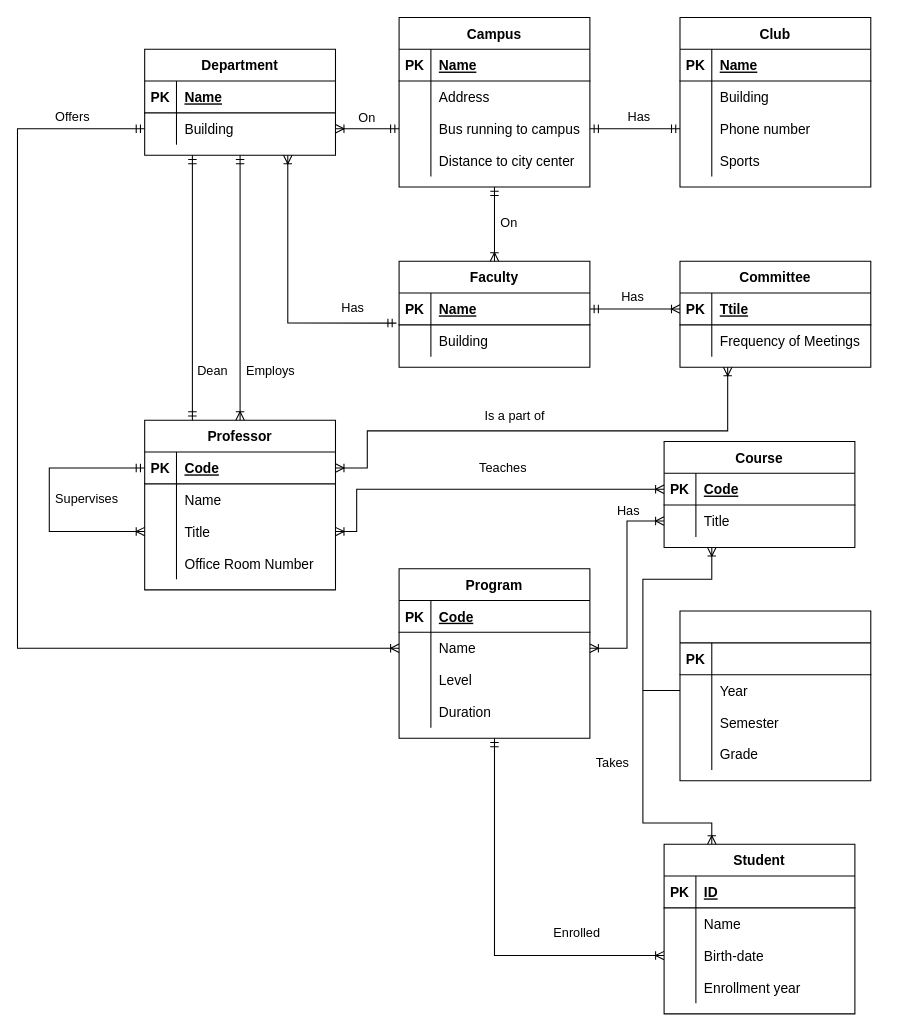
Before: page "ERD" (2 of 2) of Untitled Diagram.drawio in theshaydays/BT2102-Assignments, a draw.io diagram. Source tidied: cells renumbered, new cells numbered last; positions are measured from the earlier drawing's top-left corner, leaving out a move shared by most shapes. Both pictures are drawn from the tidied source at 106%, with x=0, y=0 at pixel (17, 17).
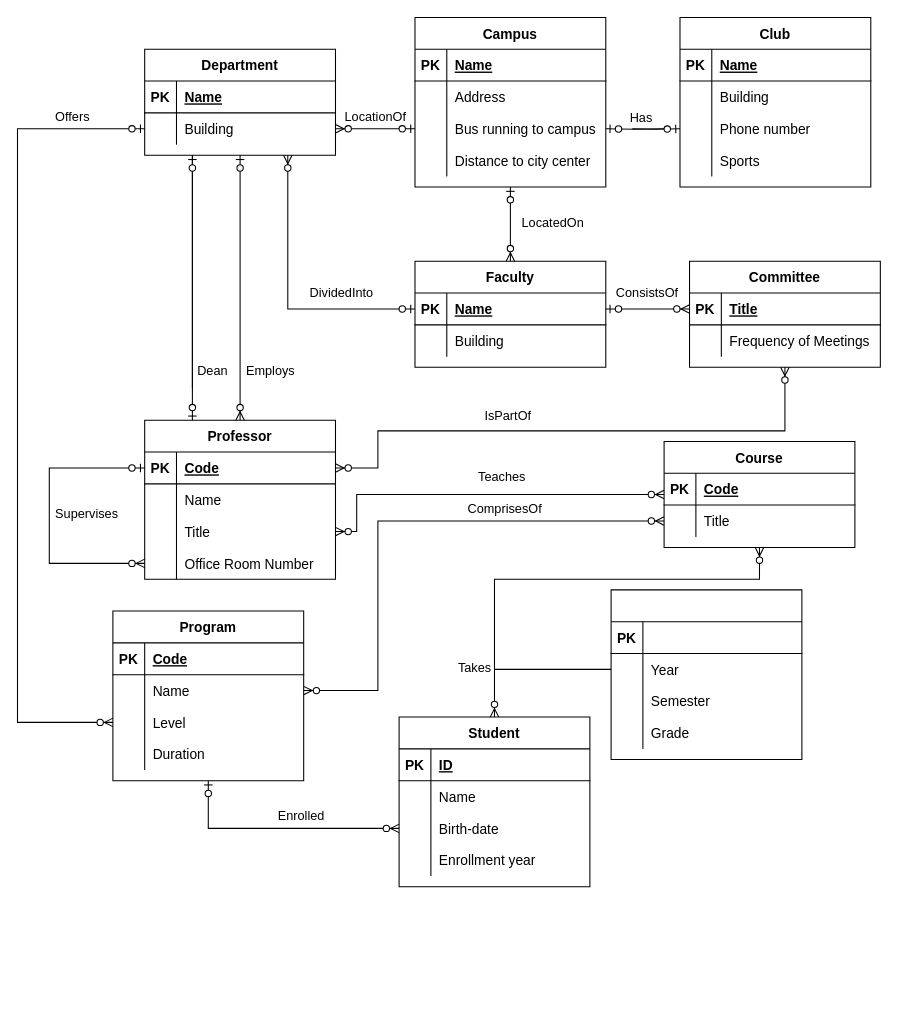
Above is the later version.

Unchanged cells that the change refers to:
```xml
<mxCell id="9" style="shape=tableRow;horizontal=0;startSize=0;swimlaneHead=0;swimlaneBody=0;fillColor=none;points=[[0,0.5],[1,0.5]];portConstraint=eastwest;top=0;left=0;right=0;bottom=0;fontSize=13;" parent="2" vertex="1">
  <mxGeometry y="90" width="180" height="30" as="geometry" />
</mxCell>
<mxCell id="22" style="shape=tableRow;horizontal=0;startSize=0;swimlaneHead=0;swimlaneBody=0;fillColor=none;points=[[0,0.5],[1,0.5]];portConstraint=eastwest;top=0;left=0;right=0;bottom=0;fontSize=13;" parent="15" vertex="1">
  <mxGeometry y="90" width="180" height="30" as="geometry" />
</mxCell>
<mxCell id="29" style="shape=tableRow;horizontal=0;startSize=0;swimlaneHead=0;swimlaneBody=0;fillColor=none;points=[[0,0.5],[1,0.5]];portConstraint=eastwest;top=0;left=0;right=0;bottom=1;fontSize=13;" parent="28" vertex="1">
  <mxGeometry y="30" width="180" height="30" as="geometry" />
</mxCell>
<mxCell id="35" value="Department" style="shape=table;startSize=30;childLayout=tableLayout;rowLines=0;fontStyle=1;align=center;fontSize=13;" parent="1" vertex="1">
  <mxGeometry x="120" y="30" width="180" height="100" as="geometry" />
</mxCell>
<mxCell id="39" style="shape=tableRow;horizontal=0;startSize=0;swimlaneHead=0;swimlaneBody=0;fillColor=none;points=[[0,0.5],[1,0.5]];portConstraint=eastwest;top=0;left=0;right=0;bottom=0;fontSize=13;" parent="35" vertex="1">
  <mxGeometry y="60" width="180" height="30" as="geometry" />
</mxCell>
<mxCell id="47" style="shape=tableRow;horizontal=0;startSize=0;swimlaneHead=0;swimlaneBody=0;fillColor=none;points=[[0,0.5],[1,0.5]];portConstraint=eastwest;top=0;left=0;right=0;bottom=0;fontSize=13;" parent="43" vertex="1">
  <mxGeometry y="60" width="180" height="30" as="geometry" />
</mxCell>
<mxCell id="50" style="shape=tableRow;horizontal=0;startSize=0;swimlaneHead=0;swimlaneBody=0;fillColor=none;points=[[0,0.5],[1,0.5]];portConstraint=eastwest;top=0;left=0;right=0;bottom=0;fontSize=13;" parent="43" vertex="1">
  <mxGeometry y="90" width="180" height="30" as="geometry" />
</mxCell>
<mxCell id="56" value="Course" style="shape=table;startSize=30;childLayout=tableLayout;rowLines=0;fontStyle=1;align=center;fontSize=13;" parent="1" vertex="1">
  <mxGeometry x="610" y="400" width="180" height="100" as="geometry" />
</mxCell>
<mxCell id="57" style="shape=tableRow;horizontal=0;startSize=0;swimlaneHead=0;swimlaneBody=0;fillColor=none;points=[[0,0.5],[1,0.5]];portConstraint=eastwest;top=0;left=0;right=0;bottom=1;fontSize=13;" parent="56" vertex="1">
  <mxGeometry y="30" width="180" height="30" as="geometry" />
</mxCell>
<mxCell id="60" style="shape=tableRow;horizontal=0;startSize=0;swimlaneHead=0;swimlaneBody=0;fillColor=none;points=[[0,0.5],[1,0.5]];portConstraint=eastwest;top=0;left=0;right=0;bottom=0;fontSize=13;" parent="56" vertex="1">
  <mxGeometry y="60" width="180" height="30" as="geometry" />
</mxCell>
<mxCell id="70" style="shape=tableRow;horizontal=0;startSize=0;swimlaneHead=0;swimlaneBody=0;fillColor=none;points=[[0,0.5],[1,0.5]];portConstraint=eastwest;top=0;left=0;right=0;bottom=0;fontSize=13;" parent="63" vertex="1">
  <mxGeometry y="90" width="180" height="30" as="geometry" />
</mxCell>
<mxCell id="77" style="shape=tableRow;horizontal=0;startSize=0;swimlaneHead=0;swimlaneBody=0;fillColor=none;points=[[0,0.5],[1,0.5]];portConstraint=eastwest;top=0;left=0;right=0;bottom=1;fontSize=13;" parent="76" vertex="1">
  <mxGeometry y="30" width="180" height="30" as="geometry" />
</mxCell>
<mxCell id="83" style="shape=tableRow;horizontal=0;startSize=0;swimlaneHead=0;swimlaneBody=0;fillColor=none;points=[[0,0.5],[1,0.5]];portConstraint=eastwest;top=0;left=0;right=0;bottom=0;fontSize=13;" parent="76" vertex="1">
  <mxGeometry y="90" width="180" height="30" as="geometry" />
</mxCell>
<mxCell id="86" style="shape=tableRow;horizontal=0;startSize=0;swimlaneHead=0;swimlaneBody=0;fillColor=none;points=[[0,0.5],[1,0.5]];portConstraint=eastwest;top=0;left=0;right=0;bottom=0;fontSize=13;" parent="76" vertex="1">
  <mxGeometry y="120" width="180" height="30" as="geometry" />
</mxCell>
<mxCell id="91" style="shape=tableRow;horizontal=0;startSize=0;swimlaneHead=0;swimlaneBody=0;fillColor=none;points=[[0,0.5],[1,0.5]];portConstraint=eastwest;top=0;left=0;right=0;bottom=1;fontSize=13;" parent="90" vertex="1">
  <mxGeometry y="30" width="180" height="30" as="geometry" />
</mxCell>
<mxCell id="120" style="shape=tableRow;horizontal=0;startSize=0;swimlaneHead=0;swimlaneBody=0;fillColor=none;points=[[0,0.5],[1,0.5]];portConstraint=eastwest;top=0;left=0;right=0;bottom=0;fontSize=13;" parent="116" vertex="1">
  <mxGeometry y="60" width="180" height="30" as="geometry" />
</mxCell>
```

What changed in the source:
```diff
@@
+    <mxCell id="113" style="edgeStyle=orthogonalEdgeStyle;fontSize=12;html=1;endArrow=ERzeroToMany;startArrow=ERzeroToOne;rounded=0;exitX=0.5;exitY=1;exitDx=0;exitDy=0;entryX=0;entryY=0.5;entryDx=0;entryDy=0;" parent="1" edge="1" source="43" target="70">
+      <mxGeometry relative="1" as="geometry" />
+    </mxCell>
     <mxCell id="2" value="Campus" style="shape=table;startSize=30;childLayout=tableLayout;rowLines=0;fontStyle=1;align=center;fontSize=13;" parent="1" vertex="1">
-      <mxGeometry x="360" width="180" height="160" as="geometry" />
+      <mxGeometry x="375" width="180" height="160" as="geometry" />
     </mxCell>
@@
     <mxCell id="28" value="Faculty" style="shape=table;startSize=30;childLayout=tableLayout;rowLines=0;fontStyle=1;align=center;fontSize=13;" parent="1" vertex="1">
-      <mxGeometry x="360" y="230" width="180" height="100" as="geometry" />
+      <mxGeometry x="375" y="230" width="180" height="100" as="geometry" />
     </mxCell>
@@
     <mxCell id="43" value="Program" style="shape=table;startSize=30;childLayout=tableLayout;rowLines=0;fontStyle=1;align=center;fontSize=13;" parent="1" vertex="1">
-      <mxGeometry x="360" y="520" width="180" height="160" as="geometry" />
+      <mxGeometry x="90" y="560" width="180" height="160" as="geometry" />
     </mxCell>
@@
     <mxCell id="63" value="Student" style="shape=table;startSize=30;childLayout=tableLayout;rowLines=0;fontStyle=1;align=center;fontSize=13;" parent="1" vertex="1">
-      <mxGeometry x="610" y="780" width="180" height="160" as="geometry" />
+      <mxGeometry x="360" y="660" width="180" height="160" as="geometry" />
     </mxCell>
@@
     <mxCell id="76" value="Professor" style="shape=table;startSize=30;childLayout=tableLayout;rowLines=0;fontStyle=1;align=center;fontSize=13;" parent="1" vertex="1">
-      <mxGeometry x="120" y="380" width="180" height="160" as="geometry" />
+      <mxGeometry x="120" y="380" width="180" height="150" as="geometry" />
     </mxCell>
@@
-    <mxCell id="89" style="fontSize=12;html=1;endArrow=ERoneToMany;startArrow=ERmandOne;rounded=0;entryX=0;entryY=0.5;entryDx=0;entryDy=0;exitX=0;exitY=0.5;exitDx=0;exitDy=0;edgeStyle=orthogonalEdgeStyle;" parent="76" edge="1" source="77" target="83">
-      <mxGeometry relative="1" as="geometry">
-        <Array as="points">
-          <mxPoint x="-90" y="45" />
-          <mxPoint x="-90" y="105" />
-        </Array>
-      </mxGeometry>
-    </mxCell>
+    <mxCell id="138" style="edgeStyle=orthogonalEdgeStyle;fontSize=12;html=1;endArrow=ERzeroToMany;startArrow=ERzeroToOne;rounded=0;exitX=0;exitY=0.5;exitDx=0;exitDy=0;entryX=0;entryY=0.5;entryDx=0;entryDy=0;" parent="76" edge="1" source="77" target="86">
+      <mxGeometry relative="1" as="geometry">
+        <Array as="points">
+          <mxPoint x="-90" y="45" />
+          <mxPoint x="-90" y="135" />
+        </Array>
+      </mxGeometry>
+    </mxCell>
     <mxCell id="90" value="Committee" style="shape=table;startSize=30;childLayout=tableLayout;rowLines=0;fontStyle=1;align=center;fontSize=13;" parent="1" vertex="1">
-      <mxGeometry x="625" y="230" width="180" height="100" as="geometry" />
+      <mxGeometry x="634" y="230" width="180" height="100" as="geometry" />
     </mxCell>
@@
-    <mxCell id="93" value="Ttile" style="shape=partialRectangle;fillColor=none;top=0;left=0;bottom=0;right=0;align=left;spacingLeft=6;fontStyle=5;overflow=hidden;fontSize=13;" parent="91" vertex="1">
+    <mxCell id="93" value="Title" style="shape=partialRectangle;fillColor=none;top=0;left=0;bottom=0;right=0;align=left;spacingLeft=6;fontStyle=5;overflow=hidden;fontSize=13;" parent="91" vertex="1">
       <mxGeometry x="30" width="150" height="30" as="geometry" />
     </mxCell>
@@
-    <mxCell id="97" style="edgeStyle=orthogonalEdgeStyle;fontSize=12;html=1;endArrow=ERmandOne;startArrow=ERmandOne;rounded=0;entryX=0;entryY=0.5;entryDx=0;entryDy=0;exitX=1;exitY=0.5;exitDx=0;exitDy=0;" parent="1" edge="1" source="9" target="22">
-      <mxGeometry relative="1" as="geometry" />
-    </mxCell>
     <mxCell id="98" value="Has" style="text;strokeColor=none;fillColor=none;spacingLeft=4;spacingRight=4;overflow=hidden;fontSize=12;" parent="1" vertex="1">
-      <mxGeometry x="570" y="80" width="40" height="30" as="geometry" />
+      <mxGeometry x="572" y="81" width="40" height="30" as="geometry" />
     </mxCell>
-    <mxCell id="99" value="On" style="text;strokeColor=none;fillColor=none;spacingLeft=4;spacingRight=4;overflow=hidden;fontSize=12;" parent="1" vertex="1">
-      <mxGeometry x="450" y="180" width="40" height="30" as="geometry" />
+    <mxCell id="99" value="LocatedOn" style="text;strokeColor=none;fillColor=none;spacingLeft=4;spacingRight=4;overflow=hidden;fontSize=12;" parent="1" vertex="1">
+      <mxGeometry x="470" y="180" width="80" height="30" as="geometry" />
     </mxCell>
-    <mxCell id="100" style="fontSize=12;html=1;endArrow=ERoneToMany;startArrow=ERmandOne;rounded=0;entryX=0.5;entryY=0;entryDx=0;entryDy=0;exitX=0.5;exitY=1;exitDx=0;exitDy=0;" parent="1" edge="1" source="2" target="28">
-      <mxGeometry relative="1" as="geometry" />
-    </mxCell>
-    <mxCell id="101" style="fontSize=12;html=1;endArrow=ERoneToMany;startArrow=ERmandOne;rounded=0;entryX=0.75;entryY=1;entryDx=0;entryDy=0;exitX=-0.014;exitY=0.944;exitDx=0;exitDy=0;exitPerimeter=0;edgeStyle=orthogonalEdgeStyle;" parent="1" edge="1" source="29" target="35">
-      <mxGeometry relative="1" as="geometry" />
-    </mxCell>
-    <mxCell id="102" value="Has" style="text;strokeColor=none;fillColor=none;spacingLeft=4;spacingRight=4;overflow=hidden;fontSize=12;" parent="1" vertex="1">
-      <mxGeometry x="300" y="260" width="40" height="30" as="geometry" />
+    <mxCell id="102" value="DividedInto" style="text;strokeColor=none;fillColor=none;spacingLeft=4;spacingRight=4;overflow=hidden;fontSize=12;" parent="1" vertex="1">
+      <mxGeometry x="270" y="246" width="80" height="30" as="geometry" />
     </mxCell>
-    <mxCell id="103" style="fontSize=12;html=1;endArrow=ERoneToMany;startArrow=ERmandOne;rounded=0;entryX=1;entryY=0.5;entryDx=0;entryDy=0;exitX=0;exitY=0.5;exitDx=0;exitDy=0;edgeStyle=orthogonalEdgeStyle;" parent="1" edge="1" source="9" target="39">
-      <mxGeometry relative="1" as="geometry" />
-    </mxCell>
-    <mxCell id="104" value="On" style="text;strokeColor=none;fillColor=none;spacingLeft=4;spacingRight=4;overflow=hidden;fontSize=12;" parent="1" vertex="1">
-      <mxGeometry x="316" y="81" width="40" height="30" as="geometry" />
+    <mxCell id="104" value="LocationOf" style="text;strokeColor=none;fillColor=none;spacingLeft=4;spacingRight=4;overflow=hidden;fontSize=12;" parent="1" vertex="1">
+      <mxGeometry x="303" y="80" width="70" height="30" as="geometry" />
     </mxCell>
-    <mxCell id="105" style="edgeStyle=orthogonalEdgeStyle;fontSize=12;html=1;endArrow=ERmandOne;startArrow=ERmandOne;rounded=0;entryX=0.25;entryY=0;entryDx=0;entryDy=0;exitX=0.25;exitY=1;exitDx=0;exitDy=0;" parent="1" edge="1" source="35" target="76">
-      <mxGeometry relative="1" as="geometry" />
-    </mxCell>
@@
-    <mxCell id="107" style="fontSize=12;html=1;endArrow=ERoneToMany;startArrow=ERmandOne;rounded=0;entryX=0.5;entryY=0;entryDx=0;entryDy=0;exitX=0.5;exitY=1;exitDx=0;exitDy=0;edgeStyle=orthogonalEdgeStyle;" parent="1" edge="1" source="35" target="76">
-      <mxGeometry relative="1" as="geometry" />
-    </mxCell>
@@
-    <mxCell id="109" style="fontSize=12;html=1;endArrow=ERoneToMany;startArrow=ERmandOne;rounded=0;exitX=0;exitY=0.5;exitDx=0;exitDy=0;edgeStyle=orthogonalEdgeStyle;entryX=0;entryY=0.5;entryDx=0;entryDy=0;" parent="1" edge="1" source="39" target="47">
-      <mxGeometry relative="1" as="geometry">
-        <Array as="points">
-          <mxPoint y="105" />
-          <mxPoint y="595" />
-        </Array>
-      </mxGeometry>
-    </mxCell>
@@
-    <mxCell id="111" style="edgeStyle=orthogonalEdgeStyle;fontSize=12;html=1;endArrow=ERoneToMany;startArrow=ERoneToMany;rounded=0;entryX=0;entryY=0.5;entryDx=0;entryDy=0;exitX=1;exitY=0.5;exitDx=0;exitDy=0;" parent="1" edge="1" source="47" target="60">
-      <mxGeometry relative="1" as="geometry" />
-    </mxCell>
-    <mxCell id="112" value="Has" style="text;strokeColor=none;fillColor=none;spacingLeft=4;spacingRight=4;overflow=hidden;fontSize=12;" parent="1" vertex="1">
-      <mxGeometry x="560" y="452" width="40" height="30" as="geometry" />
+    <mxCell id="112" value="ComprisesOf" style="text;strokeColor=none;fillColor=none;spacingLeft=4;spacingRight=4;overflow=hidden;fontSize=12;" parent="1" vertex="1">
+      <mxGeometry x="419" y="450" width="90" height="30" as="geometry" />
     </mxCell>
-    <mxCell id="113" style="fontSize=12;html=1;endArrow=ERoneToMany;startArrow=ERmandOne;rounded=0;exitX=0.5;exitY=1;exitDx=0;exitDy=0;edgeStyle=orthogonalEdgeStyle;entryX=0;entryY=0.5;entryDx=0;entryDy=0;" parent="1" edge="1" source="43" target="70">
-      <mxGeometry relative="1" as="geometry">
-        <Array as="points">
-          <mxPoint x="450" y="885" />
-        </Array>
-      </mxGeometry>
-    </mxCell>
     <mxCell id="114" value="Enrolled" style="text;strokeColor=none;fillColor=none;spacingLeft=4;spacingRight=4;overflow=hidden;fontSize=12;" parent="1" vertex="1">
-      <mxGeometry x="500" y="850" width="60" height="30" as="geometry" />
+      <mxGeometry x="240" y="740" width="60" height="30" as="geometry" />
     </mxCell>
-    <mxCell id="115" style="fontSize=12;html=1;endArrow=ERoneToMany;startArrow=ERoneToMany;rounded=0;entryX=0.25;entryY=1;entryDx=0;entryDy=0;exitX=0.25;exitY=0;exitDx=0;exitDy=0;edgeStyle=orthogonalEdgeStyle;" parent="1" edge="1" source="63" target="56">
-      <mxGeometry relative="1" as="geometry">
-        <Array as="points">
-          <mxPoint x="655" y="760" />
-          <mxPoint x="590" y="760" />
-          <mxPoint x="590" y="530" />
-          <mxPoint x="655" y="530" />
-        </Array>
-      </mxGeometry>
-    </mxCell>
     <mxCell id="116" style="shape=table;startSize=30;childLayout=tableLayout;rowLines=0;fontStyle=1;align=center;fontSize=13;" parent="1" vertex="1">
-      <mxGeometry x="625" y="560" width="180" height="160" as="geometry" />
+      <mxGeometry x="560" y="540" width="180" height="160" as="geometry" />
     </mxCell>
@@
     <mxCell id="129" style="endArrow=none;html=1;rounded=0;fontSize=13;entryX=0;entryY=0.5;entryDx=0;entryDy=0;" parent="1" edge="1" target="120">
       <mxGeometry relative="1" as="geometry">
-        <mxPoint x="590" y="635" as="sourcePoint" />
+        <mxPoint x="450" y="615" as="sourcePoint" />
       </mxGeometry>
     </mxCell>
     <mxCell id="130" value="Takes" style="text;strokeColor=none;fillColor=none;spacingLeft=4;spacingRight=4;overflow=hidden;fontSize=12;" parent="1" vertex="1">
-      <mxGeometry x="540" y="690" width="50" height="30" as="geometry" />
+      <mxGeometry x="410" y="600" width="50" height="30" as="geometry" />
     </mxCell>
-    <mxCell id="131" style="edgeStyle=orthogonalEdgeStyle;fontSize=12;html=1;endArrow=ERoneToMany;startArrow=ERoneToMany;rounded=0;entryX=0;entryY=0.5;entryDx=0;entryDy=0;exitX=1;exitY=0.5;exitDx=0;exitDy=0;" parent="1" edge="1" source="83" target="57">
-      <mxGeometry relative="1" as="geometry">
-        <Array as="points">
-          <mxPoint x="320" y="485" />
-          <mxPoint x="320" y="445" />
-        </Array>
-      </mxGeometry>
-    </mxCell>
     <mxCell id="132" value="Teaches" style="text;strokeColor=none;fillColor=none;spacingLeft=4;spacingRight=4;overflow=hidden;fontSize=12;" parent="1" vertex="1">
-      <mxGeometry x="430" y="411" width="70" height="30" as="geometry" />
+      <mxGeometry x="429" y="420" width="70" height="30" as="geometry" />
     </mxCell>
     <mxCell id="133" value="Supervises" style="text;strokeColor=none;fillColor=none;spacingLeft=4;spacingRight=4;overflow=hidden;fontSize=12;" parent="1" vertex="1">
-      <mxGeometry x="30" y="441" width="80" height="30" as="geometry" />
+      <mxGeometry x="30" y="455" width="80" height="30" as="geometry" />
     </mxCell>
+    <mxCell id="135" value="IsPartOf" style="text;strokeColor=none;fillColor=none;spacingLeft=4;spacingRight=4;overflow=hidden;fontSize=12;" parent="1" vertex="1">
+      <mxGeometry x="435" y="362" width="70" height="30" as="geometry" />
+    </mxCell>
+    <mxCell id="137" value="ConsistsOf" style="text;strokeColor=none;fillColor=none;spacingLeft=4;spacingRight=4;overflow=hidden;fontSize=12;" parent="1" vertex="1">
+      <mxGeometry x="559" y="246" width="80" height="30" as="geometry" />
+    </mxCell>
+    <mxCell id="139" style="edgeStyle=orthogonalEdgeStyle;fontSize=12;html=1;endArrow=ERzeroToMany;startArrow=ERzeroToOne;rounded=0;exitX=0;exitY=0.5;exitDx=0;exitDy=0;entryX=0;entryY=0.5;entryDx=0;entryDy=0;" parent="1" edge="1" source="39" target="50">
+      <mxGeometry relative="1" as="geometry">
+        <Array as="points">
+          <mxPoint y="105" />
+          <mxPoint y="665" />
+        </Array>
+      </mxGeometry>
+    </mxCell>
-    <mxCell id="134" style="edgeStyle=orthogonalEdgeStyle;fontSize=12;html=1;endArrow=ERoneToMany;startArrow=ERoneToMany;rounded=0;entryX=0.25;entryY=1;entryDx=0;entryDy=0;exitX=1;exitY=0.5;exitDx=0;exitDy=0;" parent="1" edge="1" source="77" target="90">
+    <mxCell id="134" style="edgeStyle=orthogonalEdgeStyle;fontSize=12;html=1;endArrow=ERzeroToMany;endFill=1;startArrow=ERzeroToMany;rounded=0;entryX=0.5;entryY=1;entryDx=0;entryDy=0;exitX=1;exitY=0.5;exitDx=0;exitDy=0;" parent="1" edge="1" source="77" target="90">
       <mxGeometry relative="1" as="geometry">
         <Array as="points">
-          <mxPoint x="330" y="425" />
-          <mxPoint x="330" y="390" />
-          <mxPoint x="670" y="390" />
+          <mxPoint x="340" y="425" />
+          <mxPoint x="340" y="390" />
+          <mxPoint x="724" y="390" />
         </Array>
       </mxGeometry>
     </mxCell>
-    <mxCell id="135" value="Is a part of" style="text;strokeColor=none;fillColor=none;spacingLeft=4;spacingRight=4;overflow=hidden;fontSize=12;" parent="1" vertex="1">
-      <mxGeometry x="435" y="362" width="70" height="30" as="geometry" />
-    </mxCell>
+    <mxCell id="140" style="edgeStyle=orthogonalEdgeStyle;fontSize=12;html=1;endArrow=ERzeroToMany;endFill=1;startArrow=ERzeroToMany;rounded=0;entryX=0;entryY=0.5;entryDx=0;entryDy=0;exitX=1;exitY=0.5;exitDx=0;exitDy=0;" parent="1" edge="1" source="83" target="56">
+      <mxGeometry relative="1" as="geometry">
+        <Array as="points">
+          <mxPoint x="320" y="485" />
+          <mxPoint x="320" y="450" />
+        </Array>
+      </mxGeometry>
+    </mxCell>
+    <mxCell id="111" style="edgeStyle=orthogonalEdgeStyle;fontSize=12;html=1;endArrow=ERzeroToMany;endFill=1;startArrow=ERzeroToMany;rounded=0;entryX=0;entryY=0.5;entryDx=0;entryDy=0;exitX=1;exitY=0.5;exitDx=0;exitDy=0;" parent="1" edge="1" source="47" target="60">
+      <mxGeometry relative="1" as="geometry">
+        <Array as="points">
+          <mxPoint x="340" y="635" />
+          <mxPoint x="340" y="475" />
+        </Array>
+      </mxGeometry>
+    </mxCell>
+    <mxCell id="115" style="edgeStyle=orthogonalEdgeStyle;fontSize=12;html=1;endArrow=ERzeroToMany;endFill=1;startArrow=ERzeroToMany;rounded=0;exitX=0.5;exitY=0;exitDx=0;exitDy=0;entryX=0.5;entryY=1;entryDx=0;entryDy=0;" parent="1" edge="1" source="63" target="56">
+      <mxGeometry relative="1" as="geometry">
+        <Array as="points">
+          <mxPoint x="450" y="530" />
+          <mxPoint x="700" y="530" />
+        </Array>
+      </mxGeometry>
+    </mxCell>
+    <mxCell id="141" style="edgeStyle=orthogonalEdgeStyle;fontSize=12;html=1;endArrow=ERzeroToMany;startArrow=ERzeroToOne;rounded=0;exitX=0.5;exitY=1;exitDx=0;exitDy=0;entryX=0.5;entryY=0;entryDx=0;entryDy=0;" parent="1" edge="1" source="35" target="76">
+      <mxGeometry relative="1" as="geometry" />
+    </mxCell>
+    <mxCell id="101" style="edgeStyle=orthogonalEdgeStyle;fontSize=12;html=1;endArrow=ERzeroToMany;startArrow=ERzeroToOne;rounded=0;exitX=0;exitY=0.5;exitDx=0;exitDy=0;entryX=0.75;entryY=1;entryDx=0;entryDy=0;" parent="1" edge="1" source="29" target="35">
+      <mxGeometry relative="1" as="geometry" />
+    </mxCell>
-    <mxCell id="136" style="fontSize=12;html=1;endArrow=ERoneToMany;startArrow=ERmandOne;rounded=0;entryX=0;entryY=0.5;entryDx=0;entryDy=0;exitX=1;exitY=0.5;exitDx=0;exitDy=0;edgeStyle=orthogonalEdgeStyle;" parent="1" edge="1" source="29" target="91">
+    <mxCell id="136" style="edgeStyle=orthogonalEdgeStyle;fontSize=12;html=1;endArrow=ERzeroToMany;startArrow=ERzeroToOne;rounded=0;exitX=1;exitY=0.5;exitDx=0;exitDy=0;entryX=0;entryY=0.5;entryDx=0;entryDy=0;" parent="1" edge="1" source="29" target="91">
       <mxGeometry relative="1" as="geometry" />
     </mxCell>
-    <mxCell id="137" value="Has" style="text;strokeColor=none;fillColor=none;spacingLeft=4;spacingRight=4;overflow=hidden;fontSize=12;" parent="1" vertex="1">
-      <mxGeometry x="564" y="250" width="40" height="30" as="geometry" />
-    </mxCell>
+    <mxCell id="103" style="edgeStyle=orthogonalEdgeStyle;fontSize=12;html=1;endArrow=ERzeroToMany;startArrow=ERzeroToOne;rounded=0;exitX=0;exitY=0.5;exitDx=0;exitDy=0;entryX=1;entryY=0.5;entryDx=0;entryDy=0;" parent="1" edge="1" source="9" target="39">
+      <mxGeometry relative="1" as="geometry" />
+    </mxCell>
+    <mxCell id="142" style="edgeStyle=orthogonalEdgeStyle;fontSize=12;html=1;endArrow=ERzeroToOne;endFill=1;rounded=0;entryX=0.25;entryY=0;entryDx=0;entryDy=0;exitX=0.25;exitY=1;exitDx=0;exitDy=0;" parent="1" edge="1" source="35" target="76">
+      <mxGeometry relative="1" as="geometry" />
+    </mxCell>
+    <mxCell id="143" style="edgeStyle=orthogonalEdgeStyle;fontSize=12;html=1;endArrow=ERzeroToOne;endFill=1;rounded=0;entryX=0.25;entryY=1;entryDx=0;entryDy=0;" parent="1" edge="1" target="35">
+      <mxGeometry relative="1" as="geometry">
+        <mxPoint x="165" y="350" as="sourcePoint" />
+        <Array as="points">
+          <mxPoint x="165" y="340" />
+        </Array>
+      </mxGeometry>
+    </mxCell>
+    <mxCell id="144" style="edgeStyle=orthogonalEdgeStyle;fontSize=12;html=1;endArrow=ERzeroToOne;endFill=1;rounded=0;entryX=0;entryY=0.5;entryDx=0;entryDy=0;" parent="1" edge="1" target="22">
+      <mxGeometry relative="1" as="geometry">
+        <mxPoint x="580" y="105" as="sourcePoint" />
+      </mxGeometry>
+    </mxCell>
+    <mxCell id="145" style="edgeStyle=orthogonalEdgeStyle;fontSize=12;html=1;endArrow=ERzeroToOne;endFill=1;rounded=0;entryX=1;entryY=0.5;entryDx=0;entryDy=0;" parent="1" edge="1" target="9">
+      <mxGeometry relative="1" as="geometry">
+        <mxPoint x="610" y="105" as="sourcePoint" />
+      </mxGeometry>
+    </mxCell>
+    <mxCell id="100" style="edgeStyle=orthogonalEdgeStyle;fontSize=12;html=1;endArrow=ERzeroToMany;startArrow=ERzeroToOne;rounded=0;exitX=0.5;exitY=1;exitDx=0;exitDy=0;entryX=0.5;entryY=0;entryDx=0;entryDy=0;" parent="1" edge="1" source="2" target="28">
+      <mxGeometry relative="1" as="geometry" />
+    </mxCell>
```
